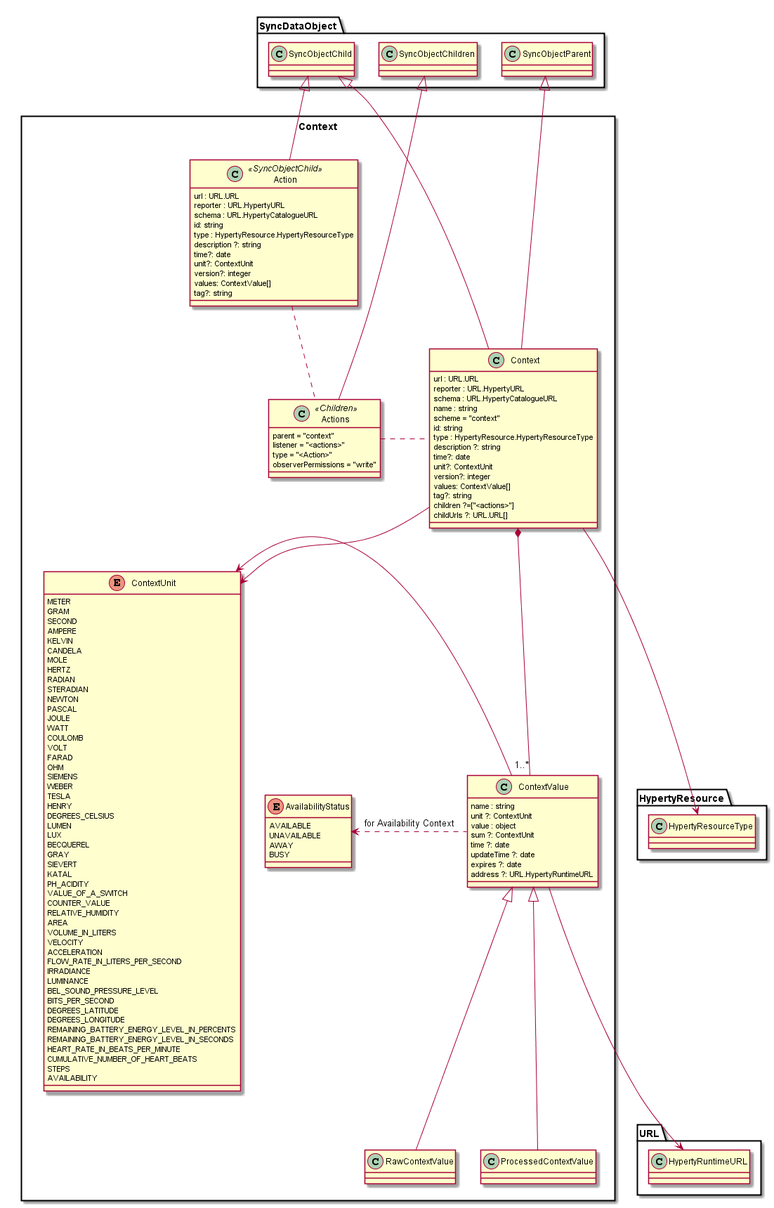
Before: docs/datamodel/data-objects/context/Context.png, a diagram exported from PlantUML (reTHINK-project/dev-service-framework).
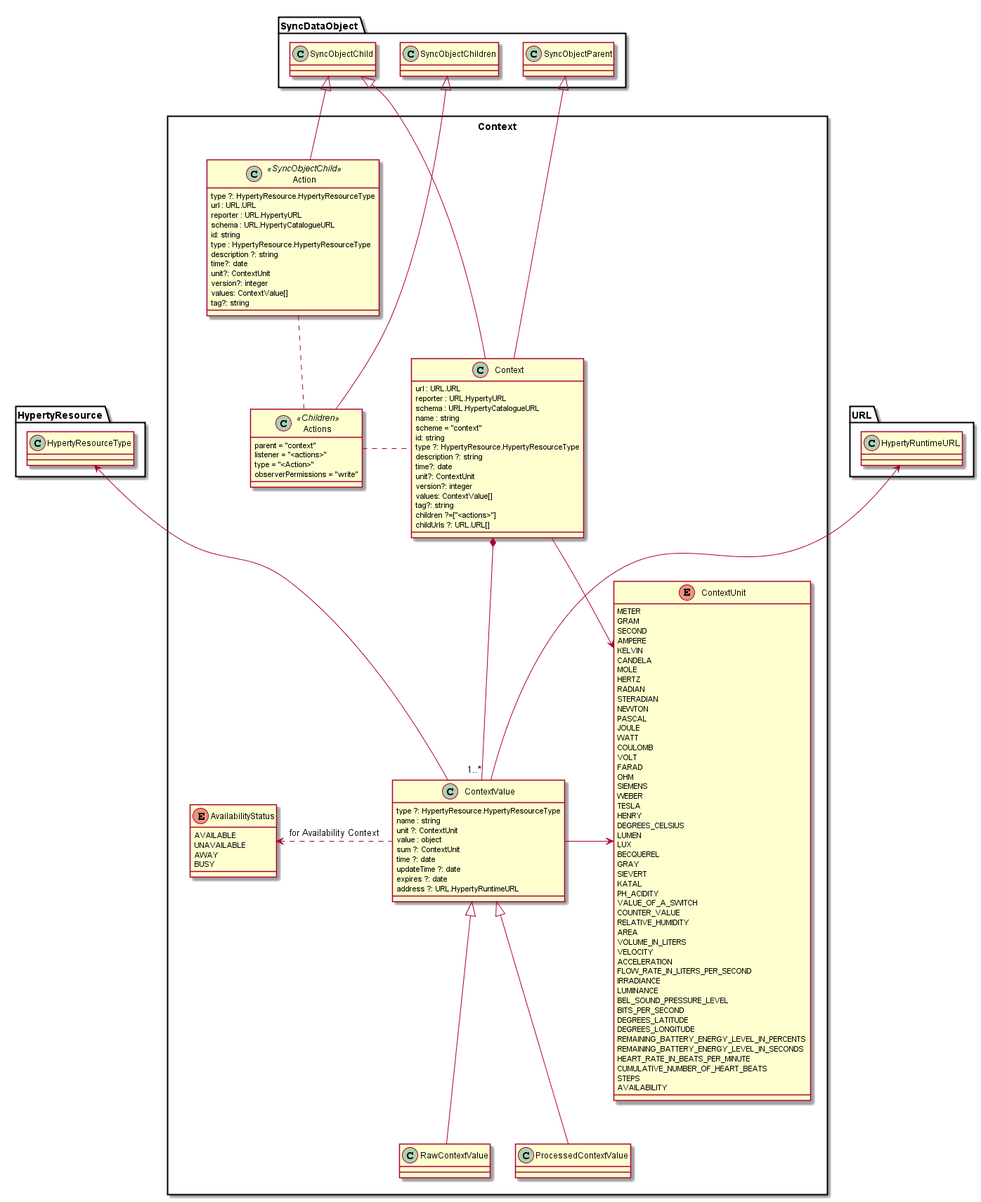
Later version of the same file.

Commit message:
Context Model updated: HypertyResourceType added to ContextValue to allow having more than one type of value in a single context data object

Diff of the diagram source:
```diff
@@ -9,7 +9,7 @@
 		name : string
 		scheme = "context"
 		id: string
-		type : HypertyResource.HypertyResourceType
+		type ?: HypertyResource.HypertyResourceType
 		description ?: string
 		time?: date
 		unit?: ContextUnit
@@ -74,6 +74,7 @@
 	}
 
 	class ContextValue {
+		type ?: HypertyResource.HypertyResourceType
 		name : string
 		unit ?: ContextUnit
 		value : object
@@ -99,6 +100,7 @@
 	}
 
 	class Action <<SyncObjectChild>> {
+		type ?: HypertyResource.HypertyResourceType
 		url : URL.URL
 		reporter : URL.HypertyURL
 		schema : URL.HypertyCatalogueURL
@@ -126,10 +128,10 @@
 	Context -up-|> SyncDataObject.SyncObjectChild
 	Context .left. Actions
 	Action .. Actions
-	Context --> HypertyResource.HypertyResourceType
+	ContextValue -up-> HypertyResource.HypertyResourceType
 	Context --> ContextUnit
 	ContextValue -right-> ContextUnit
-	ContextValue --> URL.HypertyRuntimeURL
+	ContextValue -up-> URL.HypertyRuntimeURL
 
 	ContextValue .left.> AvailabilityStatus : for Availability Context
 
```
